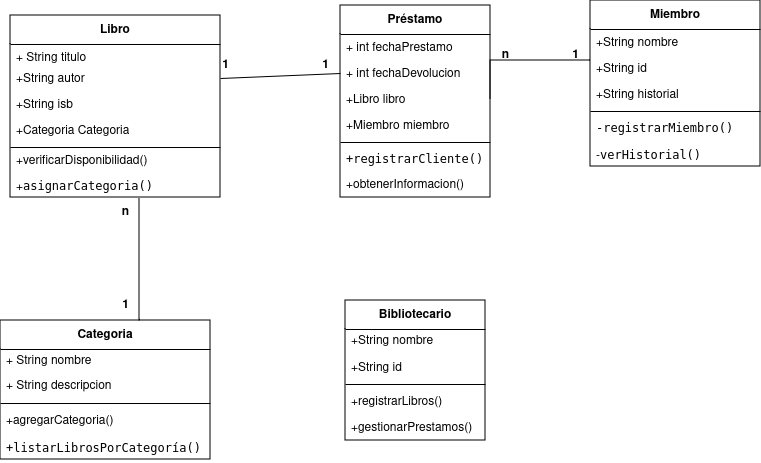
This is Sistema de Gestión de Bibliotecas.png from gian700/diagrama-de-clases, a draw.io export, as it was before one commit. Source tidied: cells renumbered, new cells last; positions are measured from the earlier drawing's top-left corner, leaving out a move shared by most shapes.
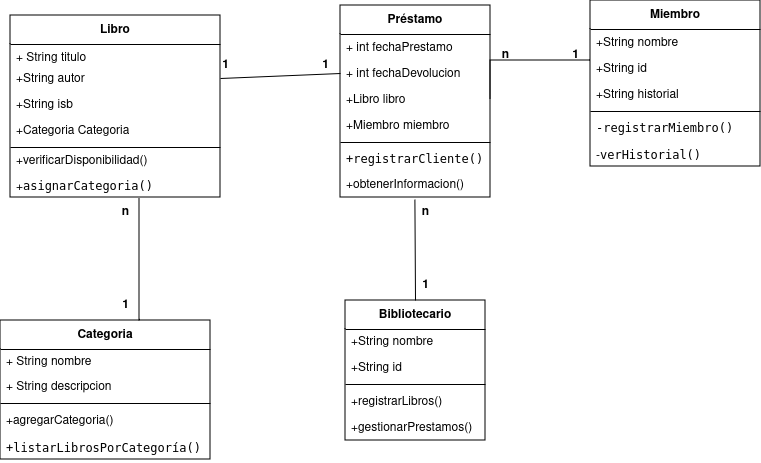
Above is the later version.

The edit, as a diff of the source:
```diff
@@ -143,5 +143,14 @@
     <mxCell id="45" value="&lt;b&gt;n&lt;/b&gt;" style="text;html=1;align=center;verticalAlign=middle;strokeColor=none;fillColor=none;" parent="1" vertex="1">
       <mxGeometry x="110" y="197" width="30" height="30" as="geometry" />
     </mxCell>
+    <mxCell id="46" style="rounded=0;jettySize=auto;html=1;endArrow=none;endFill=0;exitX=0.496;exitY=1.086;exitDx=0;exitDy=0;entryX=0.5;entryY=0;entryDx=0;entryDy=0;exitPerimeter=0;" parent="1" edge="1" source="17" target="26">
+      <mxGeometry relative="1" as="geometry" />
+    </mxCell>
+    <mxCell id="47" value="&lt;b&gt;1&lt;/b&gt;" style="text;html=1;align=center;verticalAlign=middle;strokeColor=none;fillColor=none;" parent="1" vertex="1">
+      <mxGeometry x="410" y="270" width="30" height="30" as="geometry" />
+    </mxCell>
+    <mxCell id="48" value="&lt;b&gt;n&lt;/b&gt;" style="text;html=1;align=center;verticalAlign=middle;strokeColor=none;fillColor=none;" parent="1" vertex="1">
+      <mxGeometry x="410" y="197" width="30" height="30" as="geometry" />
+    </mxCell>
   </root>
 </mxGraphModel>
```
